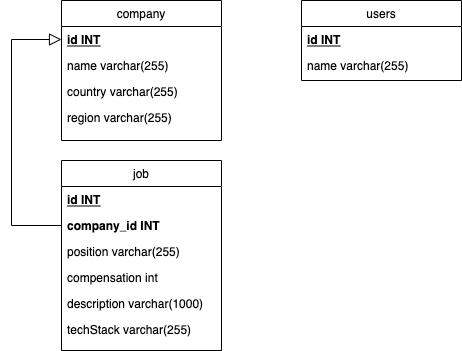
Above: docs/ERD.png in kyukong/wanted-pre-onboarding-backend (draw.io), before the change. Source tidied: cells renumbered, new cells last; positions are measured from the earlier drawing's top-left corner, leaving out a move shared by most shapes.
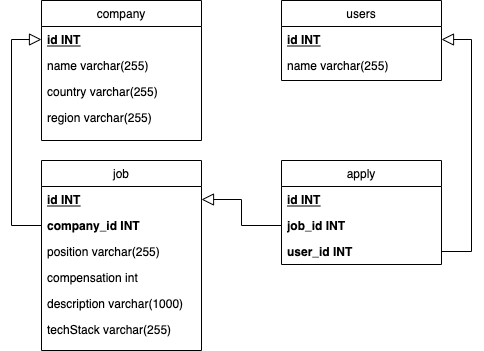
The same file after the commit.

Commit message:
docs: 채용 공고 지원 API 설계 및 ERD 수정

Diff of the diagram source:
```diff
@@ -41,7 +41,7 @@
     <mxCell id="14" style="endArrow=block;endSize=10;endFill=0;shadow=0;strokeWidth=1;rounded=0;edgeStyle=elbowEdgeStyle;elbow=vertical;exitX=0;exitY=0.5;exitDx=0;exitDy=0;entryX=0;entryY=0.5;entryDx=0;entryDy=0;" parent="1" edge="1" source="9" target="3">
       <mxGeometry relative="1" as="geometry">
         <Array as="points">
-          <mxPoint y="180" />
+          <mxPoint x="20" y="130" />
         </Array>
       </mxGeometry>
     </mxCell>
@@ -54,5 +54,27 @@
     <mxCell id="17" value="name varchar(255)" style="text;align=left;verticalAlign=top;spacingLeft=4;spacingRight=4;overflow=hidden;rounded=0;shadow=0;html=0;" parent="15" vertex="1">
       <mxGeometry y="52" width="160" height="26" as="geometry" />
     </mxCell>
+    <mxCell id="18" value="apply" style="swimlane;fontStyle=0;align=center;verticalAlign=top;horizontal=1;startSize=26;rounded=0;shadow=0;strokeWidth=1;" parent="1" vertex="1">
+      <mxGeometry x="290" y="160" width="160" height="104" as="geometry" />
+    </mxCell>
+    <mxCell id="19" value="id INT" style="text;align=left;verticalAlign=top;spacingLeft=4;spacingRight=4;overflow=hidden;fontStyle=5;" parent="18" vertex="1">
+      <mxGeometry y="26" width="160" height="26" as="geometry" />
+    </mxCell>
+    <mxCell id="20" value="job_id INT" style="text;align=left;verticalAlign=top;spacingLeft=4;spacingRight=4;overflow=hidden;points=[[0,0.5],[1,0.5]];portConstraint=eastwest;rounded=0;shadow=0;html=0;fontStyle=1;" parent="18" vertex="1">
+      <mxGeometry y="52" width="160" height="26" as="geometry" />
+    </mxCell>
+    <mxCell id="21" value="user_id INT" style="text;align=left;verticalAlign=top;spacingLeft=4;spacingRight=4;overflow=hidden;points=[[0,0.5],[1,0.5]];portConstraint=eastwest;rounded=0;shadow=0;html=0;fontStyle=1;" parent="18" vertex="1">
+      <mxGeometry y="78" width="160" height="26" as="geometry" />
+    </mxCell>
+    <mxCell id="22" style="endArrow=block;endSize=10;endFill=0;shadow=0;strokeWidth=1;rounded=0;edgeStyle=elbowEdgeStyle;elbow=vertical;entryX=1;entryY=0.5;entryDx=0;entryDy=0;exitX=0;exitY=0.5;exitDx=0;exitDy=0;" parent="1" edge="1" source="20" target="8">
+      <mxGeometry relative="1" as="geometry" />
+    </mxCell>
+    <mxCell id="23" style="endArrow=block;endSize=10;endFill=0;shadow=0;strokeWidth=1;rounded=0;edgeStyle=elbowEdgeStyle;elbow=vertical;entryX=1;entryY=0.5;entryDx=0;entryDy=0;exitX=1;exitY=0.5;exitDx=0;exitDy=0;" parent="1" edge="1" source="21" target="16">
+      <mxGeometry relative="1" as="geometry">
+        <Array as="points">
+          <mxPoint x="480" y="150" />
+        </Array>
+      </mxGeometry>
+    </mxCell>
   </root>
 </mxGraphModel>
```
